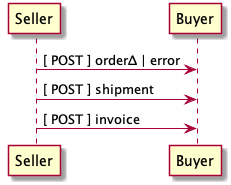
Earlier version of the PlantUML export images/sequence-seller2buyer.puml.png (EciStg/order-placement).
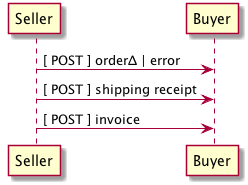
Later version of the same file.

Diff of the diagram source:
```diff
@@ -1,5 +1,5 @@
 @startuml sequence-seller2buyer.png
 Seller -> Buyer: [ POST ] order<U+0394> | error
-Seller -> Buyer: [ POST ] shipment
+Seller -> Buyer: [ POST ] shipping receipt
 Seller -> Buyer: [ POST ] invoice
 @enduml
```
